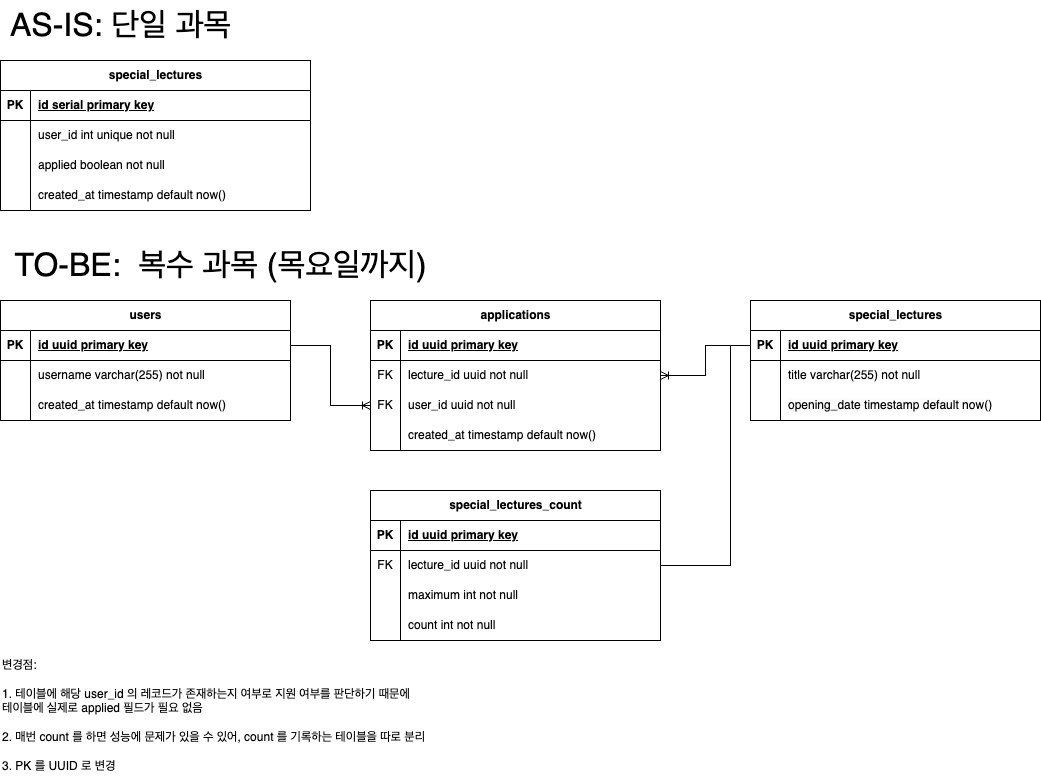
Above: jehwan/week-2/assets/ERD.png in hanhae-plus-be-fifteen-team/assignments (draw.io), before the change. Source tidied: cells renumbered, new cells last; positions are measured from the earlier drawing's top-left corner, leaving out a move shared by most shapes.
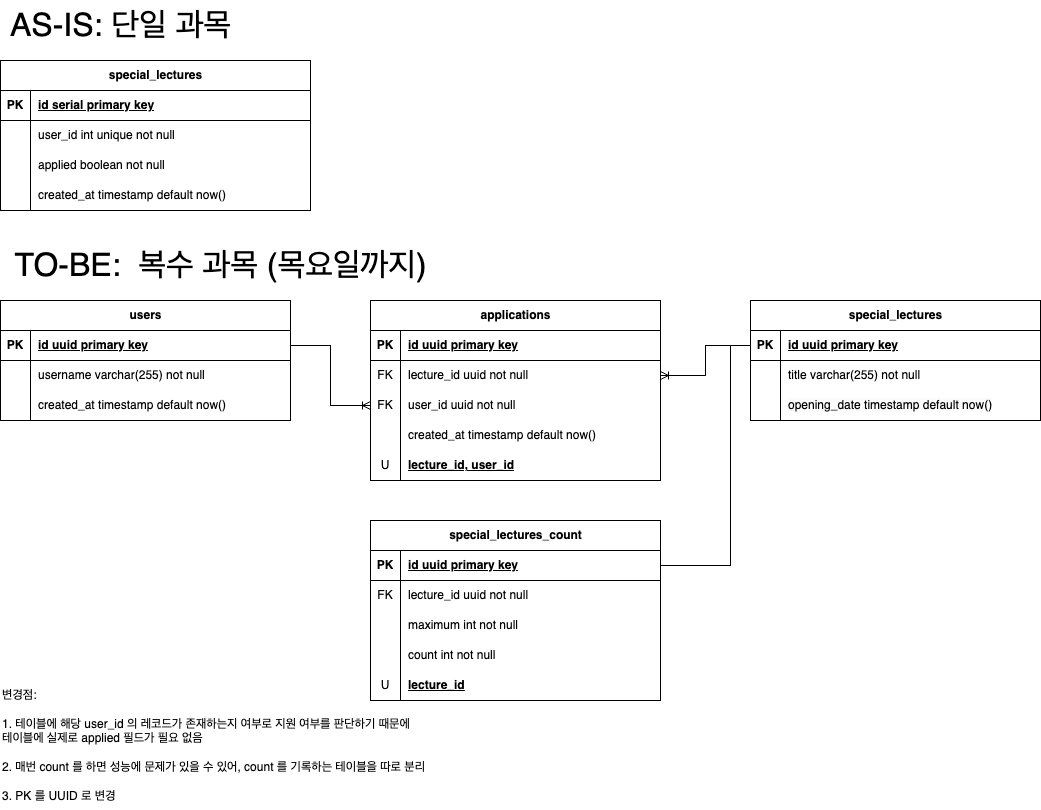
Later version of the same file.

What changed in the source:
```diff
@@ -45,7 +45,7 @@
       <mxGeometry width="240" height="50" as="geometry" />
     </mxCell>
     <mxCell id="16" value="applications" style="shape=table;startSize=30;rowLines=0;fontStyle=1;align=center;html=1;" parent="1" vertex="1">
-      <mxGeometry x="370" y="300" width="290" height="150" as="geometry" />
+      <mxGeometry x="370" y="300" width="290" height="180" as="geometry" />
     </mxCell>
     <mxCell id="17" style="shape=tableRow;horizontal=0;startSize=0;swimlaneHead=0;swimlaneBody=0;fillColor=none;top=0;left=0;right=0;bottom=1;" parent="16" vertex="1">
       <mxGeometry y="30" width="290" height="30" as="geometry" />
@@ -83,11 +83,20 @@
     <mxCell id="28" value="created_at timestamp default now()" style="shape=partialRectangle;fillColor=none;top=0;left=0;bottom=0;right=0;align=left;spacingLeft=6;overflow=hidden;whiteSpace=wrap;html=1;" parent="26" vertex="1">
       <mxGeometry x="30" width="260" height="30" as="geometry" />
     </mxCell>
+    <mxCell id="67" style="shape=tableRow;horizontal=0;startSize=0;swimlaneHead=0;swimlaneBody=0;fillColor=none;top=0;left=0;right=0;bottom=0;" parent="16" vertex="1">
+      <mxGeometry y="150" width="290" height="30" as="geometry" />
+    </mxCell>
+    <mxCell id="68" value="U" style="shape=partialRectangle;fillColor=none;top=0;left=0;bottom=0;right=0;overflow=hidden;whiteSpace=wrap;html=1;" parent="67" vertex="1">
+      <mxGeometry width="30" height="30" as="geometry" />
+    </mxCell>
+    <mxCell id="69" value="&lt;b&gt;&lt;u&gt;lecture_id, user_id&lt;/u&gt;&lt;/b&gt;" style="shape=partialRectangle;fillColor=none;top=0;left=0;bottom=0;right=0;align=left;spacingLeft=6;overflow=hidden;whiteSpace=wrap;html=1;" parent="67" vertex="1">
+      <mxGeometry x="30" width="260" height="30" as="geometry" />
+    </mxCell>
     <mxCell id="29" value="TO-BE:&amp;nbsp; 복수 과목 (목요일까지)" style="text;html=1;align=center;verticalAlign=middle;strokeColor=none;fillColor=none;fontSize=32;" parent="1" vertex="1">
       <mxGeometry y="240" width="440" height="50" as="geometry" />
     </mxCell>
     <mxCell id="30" value="변경점: &lt;br&gt;&lt;br&gt;1. 테이블에 해당 user_id 의 레코드가 존재하는지 여부로 지원 여부를 판단하기 때문에&amp;nbsp;&lt;div&gt;테이블에 실제로 applied 필드가 필요 없음&lt;br&gt;&lt;br&gt;2. 매번 count 를 하면 성능에 문제가 있을 수 있어, count 를 기록하는 테이블을 따로 분리&lt;br&gt;&lt;br&gt;3. PK 를 UUID 로 변경&lt;/div&gt;" style="text;html=1;align=left;verticalAlign=middle;strokeColor=none;fillColor=none;" parent="1" vertex="1">
-      <mxGeometry y="650" width="450" height="130" as="geometry" />
+      <mxGeometry y="680" width="450" height="130" as="geometry" />
     </mxCell>
     <mxCell id="31" value="special_lectures" style="shape=table;startSize=30;rowLines=0;fontStyle=1;align=center;html=1;" parent="1" vertex="1">
       <mxGeometry x="750" y="300" width="290" height="120" as="geometry" />
@@ -123,7 +132,7 @@
       <mxGeometry relative="1" as="geometry" />
     </mxCell>
     <mxCell id="42" value="special_lectures_count" style="shape=table;startSize=30;rowLines=0;fontStyle=1;align=center;html=1;" parent="1" vertex="1">
-      <mxGeometry x="370" y="490" width="290" height="150" as="geometry" />
+      <mxGeometry x="370" y="520" width="290" height="180" as="geometry" />
     </mxCell>
     <mxCell id="43" style="shape=tableRow;horizontal=0;startSize=0;swimlaneHead=0;swimlaneBody=0;fillColor=none;top=0;left=0;right=0;bottom=1;" parent="42" vertex="1">
       <mxGeometry y="30" width="290" height="30" as="geometry" />
@@ -161,6 +170,15 @@
     <mxCell id="54" value="count int not null" style="shape=partialRectangle;fillColor=none;top=0;left=0;bottom=0;right=0;align=left;spacingLeft=6;overflow=hidden;whiteSpace=wrap;html=1;" parent="52" vertex="1">
       <mxGeometry x="30" width="260" height="30" as="geometry" />
     </mxCell>
+    <mxCell id="70" style="shape=tableRow;horizontal=0;startSize=0;swimlaneHead=0;swimlaneBody=0;fillColor=none;top=0;left=0;right=0;bottom=0;" parent="42" vertex="1">
+      <mxGeometry y="150" width="290" height="30" as="geometry" />
+    </mxCell>
+    <mxCell id="71" value="U" style="shape=partialRectangle;fillColor=none;top=0;left=0;bottom=0;right=0;overflow=hidden;whiteSpace=wrap;html=1;" parent="70" vertex="1">
+      <mxGeometry width="30" height="30" as="geometry" />
+    </mxCell>
+    <mxCell id="72" value="&lt;u&gt;&lt;b&gt;lecture_id&lt;/b&gt;&lt;/u&gt;" style="shape=partialRectangle;fillColor=none;top=0;left=0;bottom=0;right=0;align=left;spacingLeft=6;overflow=hidden;whiteSpace=wrap;html=1;" parent="70" vertex="1">
+      <mxGeometry x="30" width="260" height="30" as="geometry" />
+    </mxCell>
     <mxCell id="55" style="fontSize=12;html=1;endArrow=none;endFill=0;rounded=0;exitX=1;exitY=0.5;exitDx=0;exitDy=0;entryX=0;entryY=0.767;entryDx=0;entryDy=0;entryPerimeter=0;edgeStyle=orthogonalEdgeStyle;" parent="1" edge="1" source="46" target="32">
       <mxGeometry relative="1" as="geometry">
         <Array as="points">
```
